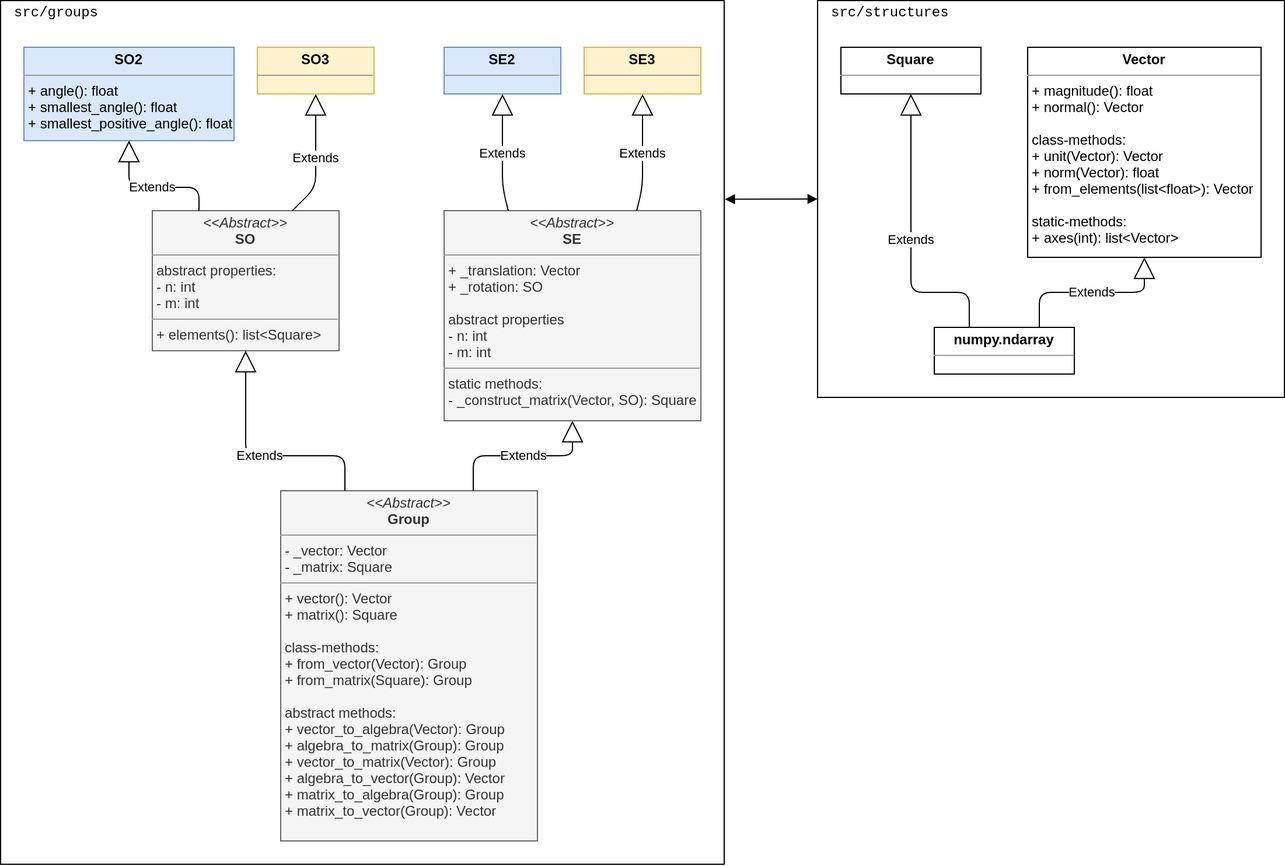
The draw.io diagram doc/structures.png in artjvl/self-calibrating-slam, before a commit. Source tidied: cells renumbered, new cells last; positions are measured from the earlier drawing's top-left corner, leaving out a move shared by most shapes.
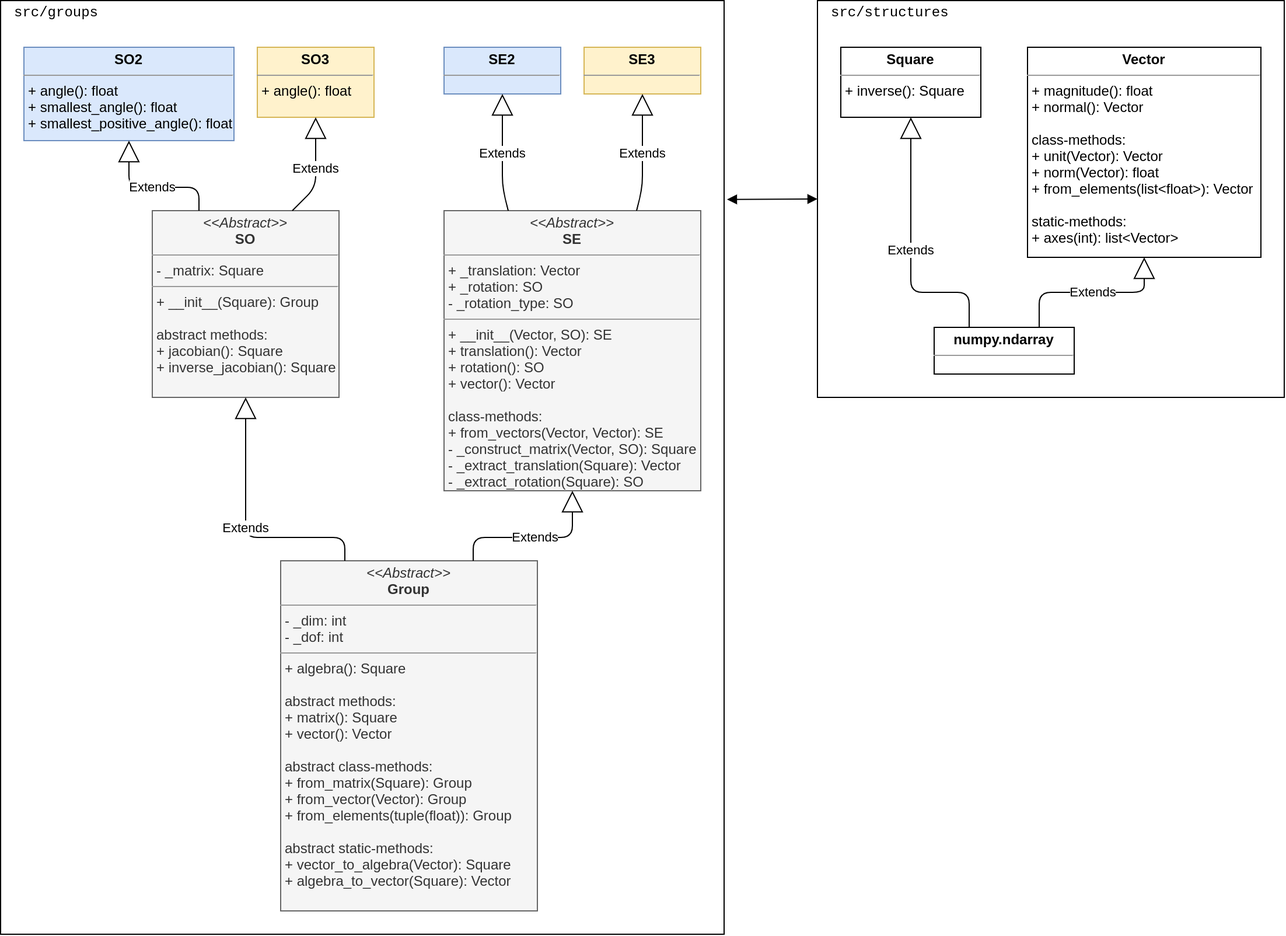
The same diagram one commit later.

Commit message:
Housekeeping; updated UML diagram; added main-file

Diff of the diagram source:
```diff
@@ -2,23 +2,26 @@
   <root>
     <mxCell id="0" />
     <mxCell id="1" parent="0" />
+    <mxCell id="22" style="rounded=0;whiteSpace=wrap;html=1;fillColor=none;" parent="1" vertex="1">
+      <mxGeometry x="700" width="400" height="340" as="geometry" />
+    </mxCell>
     <mxCell id="2" style="rounded=0;whiteSpace=wrap;html=1;fillColor=none;" parent="1" vertex="1">
-      <mxGeometry width="620" height="740" as="geometry" />
+      <mxGeometry width="620" height="800" as="geometry" />
     </mxCell>
-    <mxCell id="3" value="&lt;p style=&quot;margin: 0px ; margin-top: 4px ; text-align: center&quot;&gt;&lt;i&gt;&amp;lt;&amp;lt;Abstract&amp;gt;&amp;gt;&lt;/i&gt;&lt;br&gt;&lt;b&gt;Group&lt;/b&gt;&lt;/p&gt;&lt;hr size=&quot;1&quot;&gt;&lt;p style=&quot;margin: 0px ; margin-left: 4px&quot;&gt;- _vector: Vector&lt;br&gt;- _matrix: Square&lt;/p&gt;&lt;hr size=&quot;1&quot;&gt;&lt;p style=&quot;margin: 0px ; margin-left: 4px&quot;&gt;&lt;span&gt;+ vector(): Vector&lt;/span&gt;&lt;br&gt;&lt;/p&gt;&lt;p style=&quot;margin: 0px ; margin-left: 4px&quot;&gt;+ matrix(): Square&lt;/p&gt;&lt;p style=&quot;margin: 0px ; margin-left: 4px&quot;&gt;&lt;br&gt;&lt;/p&gt;&lt;p style=&quot;margin: 0px ; margin-left: 4px&quot;&gt;class-methods:&lt;/p&gt;&lt;p style=&quot;margin: 0px ; margin-left: 4px&quot;&gt;+ from_vector(Vector): Group&lt;/p&gt;&lt;p style=&quot;margin: 0px ; margin-left: 4px&quot;&gt;+ from_matrix(Square): Group&lt;/p&gt;&lt;p style=&quot;margin: 0px ; margin-left: 4px&quot;&gt;&lt;br&gt;&lt;/p&gt;&lt;p style=&quot;margin: 0px ; margin-left: 4px&quot;&gt;abstract methods:&lt;/p&gt;&lt;p style=&quot;margin: 0px ; margin-left: 4px&quot;&gt;+ vector_to_algebra(Vector): Group&lt;/p&gt;&lt;p style=&quot;margin: 0px ; margin-left: 4px&quot;&gt;+ algebra_to_matrix(Group): Group&lt;/p&gt;&lt;p style=&quot;margin: 0px ; margin-left: 4px&quot;&gt;+ vector_to_matrix(Vector): Group&lt;/p&gt;&lt;p style=&quot;margin: 0px ; margin-left: 4px&quot;&gt;+ algebra_to_vector(Group): Vector&lt;/p&gt;&lt;p style=&quot;margin: 0px ; margin-left: 4px&quot;&gt;+ matrix_to_algebra(Group): Group&lt;/p&gt;&lt;p style=&quot;margin: 0px ; margin-left: 4px&quot;&gt;+ matrix_to_vector(Group): Vector&lt;/p&gt;" style="verticalAlign=top;align=left;overflow=fill;fontSize=12;fontFamily=Helvetica;html=1;fillColor=#f5f5f5;strokeColor=#666666;fontColor=#333333;" parent="1" vertex="1">
-      <mxGeometry x="240" y="420" width="220" height="300" as="geometry" />
+    <mxCell id="3" value="&lt;p style=&quot;margin: 0px ; margin-top: 4px ; text-align: center&quot;&gt;&lt;i&gt;&amp;lt;&amp;lt;Abstract&amp;gt;&amp;gt;&lt;/i&gt;&lt;br&gt;&lt;b&gt;Group&lt;/b&gt;&lt;/p&gt;&lt;hr size=&quot;1&quot;&gt;&lt;p style=&quot;margin: 0px ; margin-left: 4px&quot;&gt;- _dim: int&lt;br&gt;&lt;/p&gt;&lt;p style=&quot;margin: 0px ; margin-left: 4px&quot;&gt;- _dof: int&lt;/p&gt;&lt;hr size=&quot;1&quot;&gt;&lt;p style=&quot;margin: 0px ; margin-left: 4px&quot;&gt;&lt;span&gt;+ algebra(): Square&lt;/span&gt;&lt;br&gt;&lt;/p&gt;&lt;p style=&quot;margin: 0px ; margin-left: 4px&quot;&gt;&lt;span&gt;&lt;br&gt;&lt;/span&gt;&lt;/p&gt;&lt;p style=&quot;margin: 0px ; margin-left: 4px&quot;&gt;&lt;span&gt;abstract methods:&lt;/span&gt;&lt;/p&gt;&lt;p style=&quot;margin: 0px ; margin-left: 4px&quot;&gt;&lt;span&gt;+ matrix(): Square&lt;/span&gt;&lt;/p&gt;&lt;p style=&quot;margin: 0px ; margin-left: 4px&quot;&gt;&lt;span&gt;+ vector(): Vector&lt;/span&gt;&lt;/p&gt;&lt;p style=&quot;margin: 0px ; margin-left: 4px&quot;&gt;&lt;br&gt;abstract class-methods:&lt;br&gt;&lt;/p&gt;&lt;p style=&quot;margin: 0px ; margin-left: 4px&quot;&gt;+ from_matrix(Square): Group&lt;/p&gt;&lt;p style=&quot;margin: 0px ; margin-left: 4px&quot;&gt;+ from_vector(Vector): Group&lt;/p&gt;&lt;p style=&quot;margin: 0px ; margin-left: 4px&quot;&gt;+ from_elements(tuple(float)): Group&lt;/p&gt;&lt;p style=&quot;margin: 0px ; margin-left: 4px&quot;&gt;&lt;br&gt;&lt;/p&gt;&lt;p style=&quot;margin: 0px ; margin-left: 4px&quot;&gt;abstract static-methods:&lt;/p&gt;&lt;p style=&quot;margin: 0px ; margin-left: 4px&quot;&gt;+ vector_to_algebra(Vector): Square&lt;/p&gt;&lt;p style=&quot;margin: 0px ; margin-left: 4px&quot;&gt;+ algebra_to_vector(Square): Vector&lt;/p&gt;" style="verticalAlign=top;align=left;overflow=fill;fontSize=12;fontFamily=Helvetica;html=1;fillColor=#f5f5f5;strokeColor=#666666;fontColor=#333333;" parent="1" vertex="1">
+      <mxGeometry x="240" y="480" width="220" height="300" as="geometry" />
     </mxCell>
-    <mxCell id="4" value="&lt;p style=&quot;margin: 0px ; margin-top: 4px ; text-align: center&quot;&gt;&lt;i&gt;&amp;lt;&amp;lt;Abstract&amp;gt;&amp;gt;&lt;/i&gt;&lt;br&gt;&lt;b&gt;SE&lt;/b&gt;&lt;/p&gt;&lt;hr size=&quot;1&quot;&gt;&lt;p style=&quot;margin: 0px ; margin-left: 4px&quot;&gt;+ _translation: Vector&lt;/p&gt;&lt;p style=&quot;margin: 0px ; margin-left: 4px&quot;&gt;+ _rotation: SO&lt;/p&gt;&lt;p style=&quot;margin: 0px ; margin-left: 4px&quot;&gt;&lt;br&gt;&lt;/p&gt;&lt;p style=&quot;margin: 0px ; margin-left: 4px&quot;&gt;abstract properties&lt;/p&gt;&lt;p style=&quot;margin: 0px ; margin-left: 4px&quot;&gt;- n: int&lt;br&gt;- m: int&lt;/p&gt;&lt;hr size=&quot;1&quot;&gt;&lt;p style=&quot;margin: 0px ; margin-left: 4px&quot;&gt;static methods:&lt;/p&gt;&lt;p style=&quot;margin: 0px ; margin-left: 4px&quot;&gt;- _construct_matrix(Vector, SO): Square&lt;br&gt;&lt;/p&gt;" style="verticalAlign=top;align=left;overflow=fill;fontSize=12;fontFamily=Helvetica;html=1;fillColor=#f5f5f5;strokeColor=#666666;fontColor=#333333;" parent="1" vertex="1">
-      <mxGeometry x="380" y="180" width="220" height="180" as="geometry" />
+    <mxCell id="4" value="&lt;p style=&quot;margin: 0px ; margin-top: 4px ; text-align: center&quot;&gt;&lt;i&gt;&amp;lt;&amp;lt;Abstract&amp;gt;&amp;gt;&lt;/i&gt;&lt;br&gt;&lt;b&gt;SE&lt;/b&gt;&lt;/p&gt;&lt;hr size=&quot;1&quot;&gt;&lt;p style=&quot;margin: 0px ; margin-left: 4px&quot;&gt;+ _translation: Vector&lt;/p&gt;&lt;p style=&quot;margin: 0px ; margin-left: 4px&quot;&gt;+ _rotation: SO&lt;/p&gt;&lt;p style=&quot;margin: 0px ; margin-left: 4px&quot;&gt;- _rotation_type: SO&lt;/p&gt;&lt;hr size=&quot;1&quot;&gt;&lt;p style=&quot;margin: 0px ; margin-left: 4px&quot;&gt;+ __init__(Vector, SO): SE&lt;/p&gt;&lt;p style=&quot;margin: 0px ; margin-left: 4px&quot;&gt;+ translation(): Vector&lt;/p&gt;&lt;p style=&quot;margin: 0px ; margin-left: 4px&quot;&gt;+ rotation(): SO&lt;/p&gt;&lt;p style=&quot;margin: 0px ; margin-left: 4px&quot;&gt;+ vector(): Vector&lt;/p&gt;&lt;p style=&quot;margin: 0px ; margin-left: 4px&quot;&gt;&lt;br&gt;&lt;/p&gt;&lt;p style=&quot;margin: 0px ; margin-left: 4px&quot;&gt;class-methods:&lt;/p&gt;&lt;p style=&quot;margin: 0px ; margin-left: 4px&quot;&gt;+ from_vectors(Vector, Vector): SE&lt;/p&gt;&lt;p style=&quot;margin: 0px ; margin-left: 4px&quot;&gt;- _construct_matrix(Vector, SO): Square&lt;/p&gt;&lt;p style=&quot;margin: 0px ; margin-left: 4px&quot;&gt;- _extract_translation(Square): Vector&lt;/p&gt;&lt;p style=&quot;margin: 0px ; margin-left: 4px&quot;&gt;- _extract_rotation(Square): SO&lt;/p&gt;" style="verticalAlign=top;align=left;overflow=fill;fontSize=12;fontFamily=Helvetica;html=1;fillColor=#f5f5f5;strokeColor=#666666;fontColor=#333333;" parent="1" vertex="1">
+      <mxGeometry x="380" y="180" width="220" height="240" as="geometry" />
     </mxCell>
     <mxCell id="5" value="&lt;p style=&quot;margin: 0px ; margin-top: 4px ; text-align: center&quot;&gt;&lt;b&gt;SO2&lt;/b&gt;&lt;/p&gt;&lt;hr size=&quot;1&quot;&gt;&lt;p style=&quot;margin: 0px ; margin-left: 4px&quot;&gt;&lt;/p&gt;&lt;p style=&quot;margin: 0px ; margin-left: 4px&quot;&gt;+ angle(): float&lt;br&gt;+ smallest_angle(): float&lt;/p&gt;&lt;p style=&quot;margin: 0px ; margin-left: 4px&quot;&gt;+ smallest_positive_angle(): float&lt;/p&gt;" style="verticalAlign=top;align=left;overflow=fill;fontSize=12;fontFamily=Helvetica;html=1;fillColor=#dae8fc;strokeColor=#6c8ebf;" parent="1" vertex="1">
       <mxGeometry x="20" y="40" width="180" height="80" as="geometry" />
     </mxCell>
-    <mxCell id="6" value="&lt;p style=&quot;margin: 0px ; margin-top: 4px ; text-align: center&quot;&gt;&lt;i&gt;&amp;lt;&amp;lt;Abstract&amp;gt;&amp;gt;&lt;/i&gt;&lt;br&gt;&lt;b&gt;SO&lt;/b&gt;&lt;/p&gt;&lt;hr size=&quot;1&quot;&gt;&lt;p style=&quot;margin: 0px ; margin-left: 4px&quot;&gt;abstract properties:&lt;/p&gt;&lt;p style=&quot;margin: 0px ; margin-left: 4px&quot;&gt;- n: int&lt;br&gt;- m: int&lt;/p&gt;&lt;hr size=&quot;1&quot;&gt;&lt;p style=&quot;margin: 0px ; margin-left: 4px&quot;&gt;+ elements(): list&amp;lt;Square&amp;gt;&lt;/p&gt;" style="verticalAlign=top;align=left;overflow=fill;fontSize=12;fontFamily=Helvetica;html=1;fillColor=#f5f5f5;strokeColor=#666666;fontColor=#333333;" parent="1" vertex="1">
-      <mxGeometry x="130" y="180" width="160" height="120" as="geometry" />
+    <mxCell id="6" value="&lt;p style=&quot;margin: 0px ; margin-top: 4px ; text-align: center&quot;&gt;&lt;i&gt;&amp;lt;&amp;lt;Abstract&amp;gt;&amp;gt;&lt;/i&gt;&lt;br&gt;&lt;b&gt;SO&lt;/b&gt;&lt;/p&gt;&lt;hr size=&quot;1&quot;&gt;&lt;p style=&quot;margin: 0px ; margin-left: 4px&quot;&gt;- _matrix: Square&lt;/p&gt;&lt;hr size=&quot;1&quot;&gt;&lt;p style=&quot;margin: 0px ; margin-left: 4px&quot;&gt;+ __init__(Square): Group&lt;/p&gt;&lt;p style=&quot;margin: 0px ; margin-left: 4px&quot;&gt;&lt;br&gt;&lt;/p&gt;&lt;p style=&quot;margin: 0px ; margin-left: 4px&quot;&gt;abstract methods:&lt;/p&gt;&lt;p style=&quot;margin: 0px ; margin-left: 4px&quot;&gt;+ jacobian(): Square&lt;/p&gt;&lt;p style=&quot;margin: 0px ; margin-left: 4px&quot;&gt;+ inverse_jacobian(): Square&lt;/p&gt;" style="verticalAlign=top;align=left;overflow=fill;fontSize=12;fontFamily=Helvetica;html=1;fillColor=#f5f5f5;strokeColor=#666666;fontColor=#333333;" parent="1" vertex="1">
+      <mxGeometry x="130" y="180" width="160" height="160" as="geometry" />
     </mxCell>
-    <mxCell id="7" value="&lt;p style=&quot;margin: 0px ; margin-top: 4px ; text-align: center&quot;&gt;&lt;b&gt;SO3&lt;/b&gt;&lt;/p&gt;&lt;hr size=&quot;1&quot;&gt;&lt;p style=&quot;margin: 0px ; margin-left: 4px&quot;&gt;&lt;br&gt;&lt;/p&gt;" style="verticalAlign=top;align=left;overflow=fill;fontSize=12;fontFamily=Helvetica;html=1;fillColor=#fff2cc;strokeColor=#d6b656;" parent="1" vertex="1">
-      <mxGeometry x="220" y="40" width="100" height="40" as="geometry" />
+    <mxCell id="7" value="&lt;p style=&quot;margin: 0px ; margin-top: 4px ; text-align: center&quot;&gt;&lt;b&gt;SO3&lt;/b&gt;&lt;/p&gt;&lt;hr size=&quot;1&quot;&gt;&lt;p style=&quot;margin: 0px ; margin-left: 4px&quot;&gt;+ angle(): float&lt;/p&gt;" style="verticalAlign=top;align=left;overflow=fill;fontSize=12;fontFamily=Helvetica;html=1;fillColor=#fff2cc;strokeColor=#d6b656;" parent="1" vertex="1">
+      <mxGeometry x="220" y="40" width="100" height="60" as="geometry" />
     </mxCell>
     <mxCell id="8" value="&lt;p style=&quot;margin: 0px ; margin-top: 4px ; text-align: center&quot;&gt;&lt;b&gt;SE2&lt;/b&gt;&lt;/p&gt;&lt;hr size=&quot;1&quot;&gt;&lt;p style=&quot;margin: 0px ; margin-left: 4px&quot;&gt;&lt;br&gt;&lt;/p&gt;" style="verticalAlign=top;align=left;overflow=fill;fontSize=12;fontFamily=Helvetica;html=1;fillColor=#dae8fc;strokeColor=#6c8ebf;" parent="1" vertex="1">
       <mxGeometry x="380" y="40" width="100" height="40" as="geometry" />
@@ -29,8 +32,8 @@
     <mxCell id="10" value="Extends" style="endArrow=block;endSize=16;endFill=0;html=1;exitX=0.75;exitY=0;exitDx=0;exitDy=0;entryX=0.5;entryY=1;entryDx=0;entryDy=0;" parent="1" edge="1" source="3" target="4">
       <mxGeometry relative="1" as="geometry">
         <Array as="points">
-          <mxPoint x="405" y="390" />
-          <mxPoint x="490" y="390" />
+          <mxPoint x="405" y="460" />
+          <mxPoint x="490" y="460" />
         </Array>
       </mxGeometry>
     </mxCell>
@@ -59,8 +62,8 @@
     <mxCell id="14" value="Extends" style="endArrow=block;endSize=16;endFill=0;html=1;exitX=0.25;exitY=0;exitDx=0;exitDy=0;entryX=0.5;entryY=1;entryDx=0;entryDy=0;" parent="1" edge="1" source="3" target="6">
       <mxGeometry relative="1" as="geometry">
         <Array as="points">
-          <mxPoint x="295" y="390" />
-          <mxPoint x="210" y="390" />
+          <mxPoint x="295" y="460" />
+          <mxPoint x="210" y="460" />
         </Array>
       </mxGeometry>
     </mxCell>
@@ -74,8 +77,8 @@
     <mxCell id="16" value="&lt;font face=&quot;Courier New&quot;&gt;src/groups&lt;/font&gt;" style="text;html=1;strokeColor=none;fillColor=none;align=left;verticalAlign=middle;whiteSpace=wrap;rounded=0;" parent="1" vertex="1">
       <mxGeometry x="10" width="120" height="20" as="geometry" />
     </mxCell>
-    <mxCell id="17" value="&lt;p style=&quot;margin: 0px ; margin-top: 4px ; text-align: center&quot;&gt;&lt;b&gt;Square&lt;/b&gt;&lt;/p&gt;&lt;hr size=&quot;1&quot;&gt;&lt;p style=&quot;margin: 0px ; margin-left: 4px&quot;&gt;&lt;br&gt;&lt;/p&gt;" style="verticalAlign=top;align=left;overflow=fill;fontSize=12;fontFamily=Helvetica;html=1;fillColor=none;" parent="1" vertex="1">
-      <mxGeometry x="720" y="40" width="120" height="40" as="geometry" />
+    <mxCell id="17" value="&lt;p style=&quot;margin: 0px ; margin-top: 4px ; text-align: center&quot;&gt;&lt;b&gt;Square&lt;/b&gt;&lt;/p&gt;&lt;hr size=&quot;1&quot;&gt;&lt;p style=&quot;margin: 0px ; margin-left: 4px&quot;&gt;+ inverse(): Square&lt;/p&gt;" style="verticalAlign=top;align=left;overflow=fill;fontSize=12;fontFamily=Helvetica;html=1;fillColor=none;" parent="1" vertex="1">
+      <mxGeometry x="720" y="40" width="120" height="60" as="geometry" />
     </mxCell>
     <mxCell id="18" value="&lt;p style=&quot;margin: 0px ; margin-top: 4px ; text-align: center&quot;&gt;&lt;b&gt;Vector&lt;/b&gt;&lt;/p&gt;&lt;hr size=&quot;1&quot;&gt;&lt;p style=&quot;margin: 0px ; margin-left: 4px&quot;&gt;&lt;/p&gt;&lt;p style=&quot;margin: 0px ; margin-left: 4px&quot;&gt;+ magnitude(): float&lt;/p&gt;&lt;p style=&quot;margin: 0px ; margin-left: 4px&quot;&gt;+ normal(): Vector&lt;/p&gt;&lt;p style=&quot;margin: 0px ; margin-left: 4px&quot;&gt;&lt;br&gt;&lt;/p&gt;&lt;p style=&quot;margin: 0px ; margin-left: 4px&quot;&gt;class-methods:&lt;/p&gt;&lt;p style=&quot;margin: 0px ; margin-left: 4px&quot;&gt;+ unit(Vector): Vector&lt;/p&gt;&lt;p style=&quot;margin: 0px ; margin-left: 4px&quot;&gt;+ norm(Vector): float&lt;/p&gt;&lt;p style=&quot;margin: 0px ; margin-left: 4px&quot;&gt;+ from_elements(list&amp;lt;float&amp;gt;): Vector&lt;/p&gt;&lt;p style=&quot;margin: 0px ; margin-left: 4px&quot;&gt;&lt;br&gt;&lt;/p&gt;&lt;p style=&quot;margin: 0px ; margin-left: 4px&quot;&gt;static-methods:&lt;/p&gt;&lt;p style=&quot;margin: 0px ; margin-left: 4px&quot;&gt;+ axes(int): list&amp;lt;Vector&amp;gt;&lt;/p&gt;" style="verticalAlign=top;align=left;overflow=fill;fontSize=12;fontFamily=Helvetica;html=1;fillColor=none;" parent="1" vertex="1">
       <mxGeometry x="880" y="40" width="200" height="180" as="geometry" />
@@ -99,13 +102,10 @@
         </Array>
       </mxGeometry>
     </mxCell>
-    <mxCell id="22" style="rounded=0;whiteSpace=wrap;html=1;fillColor=none;" parent="1" vertex="1">
-      <mxGeometry x="700" width="400" height="340" as="geometry" />
-    </mxCell>
     <mxCell id="23" value="&lt;font face=&quot;Courier New&quot;&gt;src/structures&lt;/font&gt;" style="text;html=1;strokeColor=none;fillColor=none;align=left;verticalAlign=middle;whiteSpace=wrap;rounded=0;" parent="1" vertex="1">
       <mxGeometry x="710" width="120" height="20" as="geometry" />
     </mxCell>
-    <mxCell id="24" style="endArrow=block;startArrow=block;endFill=1;startFill=1;html=1;entryX=0;entryY=0.5;entryDx=0;entryDy=0;exitX=1.001;exitY=0.23;exitDx=0;exitDy=0;exitPerimeter=0;" parent="1" edge="1" source="2" target="22">
+    <mxCell id="24" style="endArrow=block;startArrow=block;endFill=1;startFill=1;html=1;entryX=0;entryY=0.5;entryDx=0;entryDy=0;exitX=1.004;exitY=0.213;exitDx=0;exitDy=0;exitPerimeter=0;" parent="1" edge="1" source="2" target="22">
       <mxGeometry relative="1" as="geometry" />
     </mxCell>
   </root>
```
